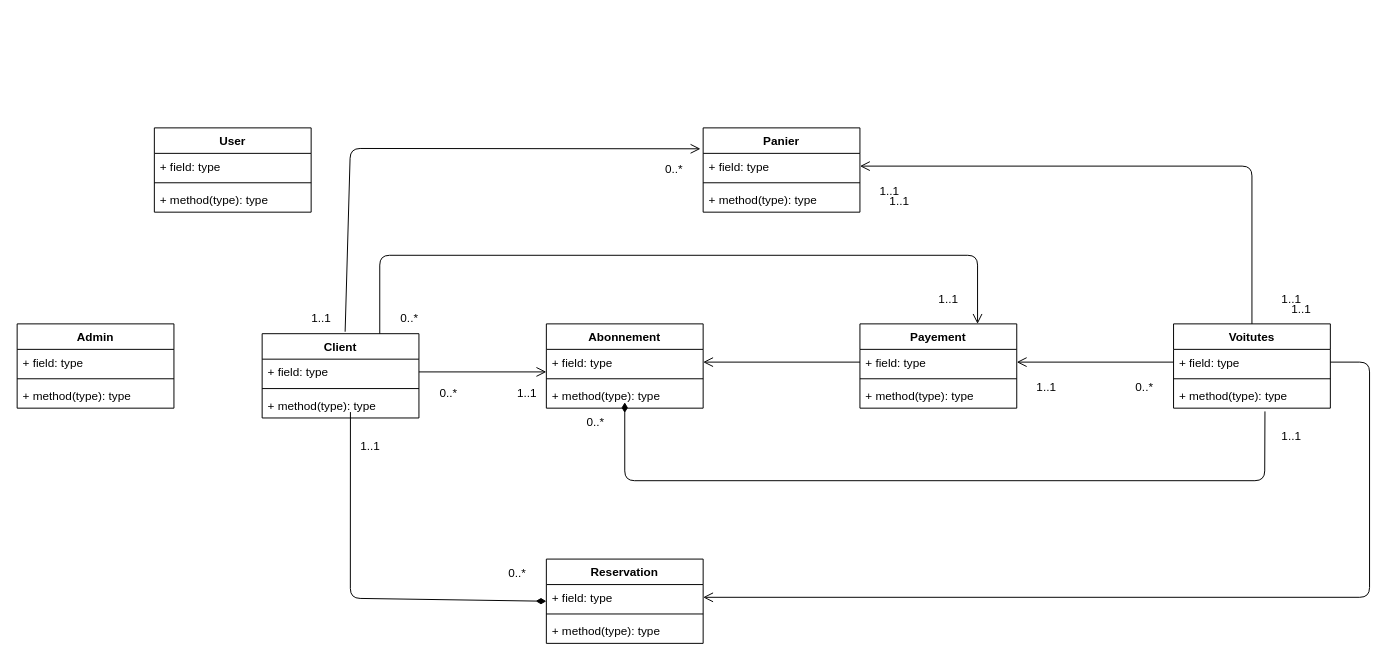
Above: page "Diagramme des classes" (3 of 3) of Autres/Etude et analyse de Projet/diagramme.drawio in devviv/CARLOC (draw.io), before the change. Source tidied: cells renumbered, new cells numbered last; positions are measured from the earlier drawing's top-left corner, leaving out a move shared by most shapes. Both pictures are drawn from the tidied source at 98%, with x=0, y=0 at pixel (17, 127).
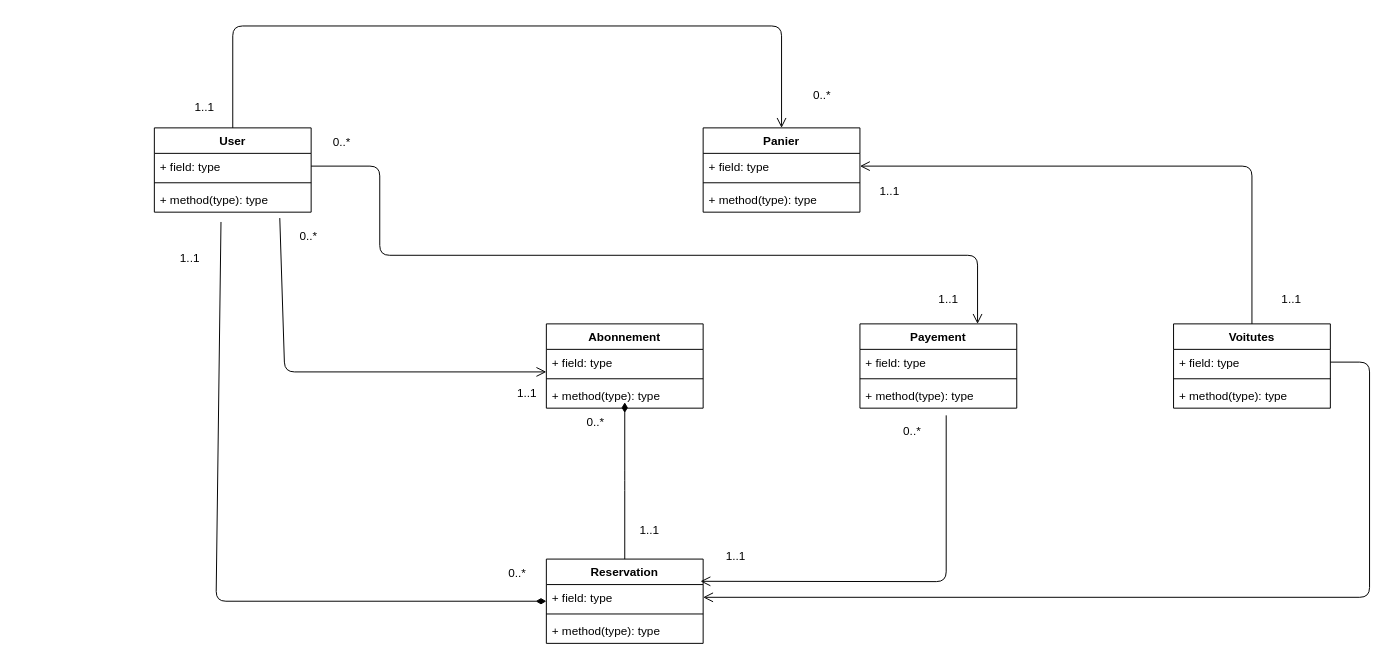
The same diagram, later.

The change refers to these unchanged cells:
```xml
<mxCell id="6" value="Reservation" style="swimlane;fontStyle=1;align=center;verticalAlign=top;horizontal=1;startSize=26;" parent="1" vertex="1">
  <mxGeometry x="540" y="440" width="160" height="86" as="geometry" />
</mxCell>
<mxCell id="7" value="+ field: type" style="text;strokeColor=none;fillColor=none;align=left;verticalAlign=top;spacingLeft=4;spacingRight=4;overflow=hidden;points=[[0,0.5],[1,0.5]];portConstraint=eastwest;" parent="6" vertex="1">
  <mxGeometry y="26" width="160" height="26" as="geometry" />
</mxCell>
<mxCell id="11" value="+ field: type" style="text;strokeColor=none;fillColor=none;align=left;verticalAlign=top;spacingLeft=4;spacingRight=4;overflow=hidden;points=[[0,0.5],[1,0.5]];portConstraint=eastwest;" parent="10" vertex="1">
  <mxGeometry y="26" width="160" height="26" as="geometry" />
</mxCell>
<mxCell id="18" value="Panier" style="swimlane;fontStyle=1;align=center;verticalAlign=top;horizontal=1;startSize=26;" parent="1" vertex="1">
  <mxGeometry x="700" width="160" height="86" as="geometry" />
</mxCell>
<mxCell id="19" value="+ field: type" style="text;strokeColor=none;fillColor=none;align=left;verticalAlign=top;spacingLeft=4;spacingRight=4;overflow=hidden;points=[[0,0.5],[1,0.5]];portConstraint=eastwest;" parent="18" vertex="1">
  <mxGeometry y="26" width="160" height="26" as="geometry" />
</mxCell>
<mxCell id="22" value="Payement" style="swimlane;fontStyle=1;align=center;verticalAlign=top;horizontal=1;startSize=26;" parent="1" vertex="1">
  <mxGeometry x="860" y="200" width="160" height="86" as="geometry" />
</mxCell>
<mxCell id="23" value="+ field: type" style="text;strokeColor=none;fillColor=none;align=left;verticalAlign=top;spacingLeft=4;spacingRight=4;overflow=hidden;points=[[0,0.5],[1,0.5]];portConstraint=eastwest;" parent="22" vertex="1">
  <mxGeometry y="26" width="160" height="26" as="geometry" />
</mxCell>
<mxCell id="25" value="+ method(type): type" style="text;strokeColor=none;fillColor=none;align=left;verticalAlign=top;spacingLeft=4;spacingRight=4;overflow=hidden;points=[[0,0.5],[1,0.5]];portConstraint=eastwest;" parent="22" vertex="1">
  <mxGeometry y="60" width="160" height="26" as="geometry" />
</mxCell>
<mxCell id="27" value="+ field: type" style="text;strokeColor=none;fillColor=none;align=left;verticalAlign=top;spacingLeft=4;spacingRight=4;overflow=hidden;points=[[0,0.5],[1,0.5]];portConstraint=eastwest;" parent="26" vertex="1">
  <mxGeometry y="26" width="160" height="26" as="geometry" />
</mxCell>
<mxCell id="29" value="+ method(type): type" style="text;strokeColor=none;fillColor=none;align=left;verticalAlign=top;spacingLeft=4;spacingRight=4;overflow=hidden;points=[[0,0.5],[1,0.5]];portConstraint=eastwest;" parent="26" vertex="1">
  <mxGeometry y="60" width="160" height="26" as="geometry" />
</mxCell>
<mxCell id="30" value="User" style="swimlane;fontStyle=1;align=center;verticalAlign=top;horizontal=1;startSize=26;" parent="1" vertex="1">
  <mxGeometry x="140" width="160" height="86" as="geometry" />
</mxCell>
<mxCell id="31" value="+ field: type" style="text;strokeColor=none;fillColor=none;align=left;verticalAlign=top;spacingLeft=4;spacingRight=4;overflow=hidden;points=[[0,0.5],[1,0.5]];portConstraint=eastwest;" parent="30" vertex="1">
  <mxGeometry y="26" width="160" height="26" as="geometry" />
</mxCell>
<mxCell id="33" value="+ method(type): type" style="text;strokeColor=none;fillColor=none;align=left;verticalAlign=top;spacingLeft=4;spacingRight=4;overflow=hidden;points=[[0,0.5],[1,0.5]];portConstraint=eastwest;" parent="30" vertex="1">
  <mxGeometry y="60" width="160" height="26" as="geometry" />
</mxCell>
```

The edit, as a diff of the source:
```diff
@@
-    <mxCell id="2" value="Admin" style="swimlane;fontStyle=1;align=center;verticalAlign=top;horizontal=1;startSize=26;" parent="1" vertex="1">
-      <mxGeometry y="200" width="160" height="86" as="geometry" />
-    </mxCell>
-    <mxCell id="3" value="+ field: type" style="text;strokeColor=none;fillColor=none;align=left;verticalAlign=top;spacingLeft=4;spacingRight=4;overflow=hidden;" parent="2" vertex="1">
-      <mxGeometry y="26" width="160" height="26" as="geometry" />
-    </mxCell>
-    <mxCell id="4" style="line;strokeWidth=1;fillColor=none;align=left;verticalAlign=middle;spacingTop=-1;spacingLeft=3;spacingRight=3;labelPosition=right;strokeColor=inherit;" parent="2" vertex="1">
-      <mxGeometry y="52" width="160" height="8" as="geometry" />
-    </mxCell>
-    <mxCell id="5" value="+ method(type): type" style="text;strokeColor=none;fillColor=none;align=left;verticalAlign=top;spacingLeft=4;spacingRight=4;overflow=hidden;" parent="2" vertex="1">
-      <mxGeometry y="60" width="160" height="26" as="geometry" />
-    </mxCell>
@@
-    <mxCell id="14" value="Client" style="swimlane;fontStyle=1;align=center;verticalAlign=top;horizontal=1;startSize=26;" parent="1" vertex="1">
-      <mxGeometry x="250" y="210" width="160" height="86" as="geometry" />
-    </mxCell>
-    <mxCell id="15" value="+ field: type" style="text;strokeColor=none;fillColor=none;align=left;verticalAlign=top;spacingLeft=4;spacingRight=4;overflow=hidden;points=[[0,0.5],[1,0.5]];portConstraint=eastwest;" parent="14" vertex="1">
-      <mxGeometry y="26" width="160" height="26" as="geometry" />
-    </mxCell>
-    <mxCell id="16" style="line;strokeWidth=1;fillColor=none;align=left;verticalAlign=middle;spacingTop=-1;spacingLeft=3;spacingRight=3;labelPosition=right;strokeColor=inherit;" parent="14" vertex="1">
-      <mxGeometry y="52" width="160" height="8" as="geometry" />
-    </mxCell>
-    <mxCell id="17" value="+ method(type): type" style="text;strokeColor=none;fillColor=none;align=left;verticalAlign=top;spacingLeft=4;spacingRight=4;overflow=hidden;points=[[0,0.5],[1,0.5]];portConstraint=eastwest;" parent="14" vertex="1">
-      <mxGeometry y="60" width="160" height="26" as="geometry" />
-    </mxCell>
@@
     <mxCell id="35" value="0..*" style="text;html=1;align=center;verticalAlign=middle;strokeColor=none;fillColor=none;" parent="1" vertex="1">
-      <mxGeometry x="650" y="28" width="40" height="30" as="geometry" />
+      <mxGeometry x="801" y="-48" width="40" height="30" as="geometry" />
     </mxCell>
-    <mxCell id="36" style="endArrow=none;startArrow=diamondThin;endFill=0;startFill=1;html=1;verticalAlign=bottom;labelBackgroundColor=none;strokeWidth=1;startSize=8;endSize=8;exitX=0;exitY=0.5;exitDx=0;exitDy=0;entryX=0.563;entryY=0.769;entryDx=0;entryDy=0;entryPerimeter=0;" parent="1" edge="1" source="6" target="17">
+    <mxCell id="36" style="endArrow=none;startArrow=diamondThin;endFill=0;startFill=1;html=1;verticalAlign=bottom;labelBackgroundColor=none;strokeWidth=1;startSize=8;endSize=8;exitX=0;exitY=0.5;exitDx=0;exitDy=0;entryX=0.425;entryY=1.385;entryDx=0;entryDy=0;entryPerimeter=0;" parent="1" edge="1" source="6" target="33">
       <mxGeometry relative="1" as="geometry">
         <Array as="points">
-          <mxPoint x="340" y="480" />
+          <mxPoint x="203" y="483" />
         </Array>
       </mxGeometry>
     </mxCell>
     <mxCell id="37" value="1..1" style="text;html=1;align=center;verticalAlign=middle;strokeColor=none;fillColor=none;" parent="1" vertex="1">
-      <mxGeometry x="340" y="310" width="40" height="30" as="geometry" />
+      <mxGeometry x="156" y="118" width="40" height="30" as="geometry" />
     </mxCell>
@@
     <mxCell id="40" value="0..*" style="text;html=1;align=center;verticalAlign=middle;strokeColor=none;fillColor=none;" parent="1" vertex="1">
-      <mxGeometry x="420" y="256" width="40" height="30" as="geometry" />
+      <mxGeometry x="277" y="96" width="40" height="30" as="geometry" />
     </mxCell>
-    <mxCell id="41" style="endArrow=none;startArrow=diamondThin;endFill=0;startFill=1;html=1;verticalAlign=bottom;labelBackgroundColor=none;strokeWidth=1;startSize=8;endSize=8;entryX=0.583;entryY=1.128;entryDx=0;entryDy=0;entryPerimeter=0;" parent="1" edge="1" target="29">
+    <mxCell id="41" style="endArrow=none;startArrow=diamondThin;endFill=0;startFill=1;html=1;verticalAlign=bottom;labelBackgroundColor=none;strokeWidth=1;startSize=8;endSize=8;entryX=0.5;entryY=0;entryDx=0;entryDy=0;" parent="1" edge="1" target="6">
       <mxGeometry relative="1" as="geometry">
         <mxPoint x="620" y="280" as="sourcePoint" />
         <Array as="points">
           <mxPoint x="620" y="360" />
-          <mxPoint x="1273" y="360" />
         </Array>
       </mxGeometry>
     </mxCell>
     <mxCell id="42" value="1..1" style="text;html=1;align=center;verticalAlign=middle;strokeColor=none;fillColor=none;" parent="1" vertex="1">
-      <mxGeometry x="1280" y="300" width="40" height="30" as="geometry" />
+      <mxGeometry x="625" y="396" width="40" height="30" as="geometry" />
     </mxCell>
@@
     <mxCell id="44" value="1..1" style="text;html=1;align=center;verticalAlign=middle;strokeColor=none;fillColor=none;" parent="1" vertex="1">
-      <mxGeometry x="1030" y="250" width="40" height="30" as="geometry" />
+      <mxGeometry x="713" y="422" width="40" height="30" as="geometry" />
     </mxCell>
     <mxCell id="45" value="0..*" style="text;html=1;align=center;verticalAlign=middle;strokeColor=none;fillColor=none;" parent="1" vertex="1">
-      <mxGeometry x="1130" y="250" width="40" height="30" as="geometry" />
+      <mxGeometry x="893" y="295" width="40" height="30" as="geometry" />
     </mxCell>
@@
     <mxCell id="48" value="1..1" style="text;html=1;align=center;verticalAlign=middle;points=[];strokeColor=none;fillColor=none;" parent="1" vertex="1">
-      <mxGeometry x="290" y="180" width="40" height="30" as="geometry" />
+      <mxGeometry x="171" y="-36" width="40" height="30" as="geometry" />
     </mxCell>
     <mxCell id="49" value="0..*" style="text;html=1;align=center;verticalAlign=middle;strokeColor=none;fillColor=none;" parent="1" vertex="1">
-      <mxGeometry x="380" y="180" width="40" height="30" as="geometry" />
+      <mxGeometry x="311" width="40" height="30" as="geometry" />
     </mxCell>
-    <mxCell id="50" style="endArrow=open;startArrow=none;endFill=0;startFill=0;endSize=8;html=1;verticalAlign=bottom;labelBackgroundColor=none;strokeWidth=1;exitX=0;exitY=0.5;exitDx=0;exitDy=0;entryX=1;entryY=0.5;entryDx=0;entryDy=0;" parent="1" edge="1" source="23" target="11">
-      <mxGeometry relative="1" as="geometry" />
-    </mxCell>
-    <mxCell id="51" style="endArrow=open;startArrow=none;endFill=0;startFill=0;endSize=8;html=1;verticalAlign=bottom;labelBackgroundColor=none;strokeWidth=1;exitX=0;exitY=0.5;exitDx=0;exitDy=0;entryX=1;entryY=0.5;entryDx=0;entryDy=0;" parent="1" edge="1" source="27" target="23">
-      <mxGeometry relative="1" as="geometry" />
+    <mxCell id="51" style="endArrow=open;startArrow=none;endFill=0;startFill=0;endSize=8;html=1;verticalAlign=bottom;labelBackgroundColor=none;strokeWidth=1;exitX=0.55;exitY=1.282;exitDx=0;exitDy=0;entryX=0.983;entryY=-0.128;entryDx=0;entryDy=0;entryPerimeter=0;exitPerimeter=0;" parent="1" edge="1" source="25" target="7">
+      <mxGeometry relative="1" as="geometry">
+        <Array as="points">
+          <mxPoint x="948" y="463" />
+        </Array>
+      </mxGeometry>
     </mxCell>
-    <mxCell id="52" style="endArrow=open;startArrow=none;endFill=0;startFill=0;endSize=8;html=1;verticalAlign=bottom;labelBackgroundColor=none;strokeWidth=1;exitX=0.75;exitY=0;exitDx=0;exitDy=0;entryX=0.75;entryY=0;entryDx=0;entryDy=0;" parent="1" edge="1" source="14" target="22">
+    <mxCell id="52" style="endArrow=open;startArrow=none;endFill=0;startFill=0;endSize=8;html=1;verticalAlign=bottom;labelBackgroundColor=none;strokeWidth=1;exitX=1;exitY=0.5;exitDx=0;exitDy=0;entryX=0.75;entryY=0;entryDx=0;entryDy=0;" parent="1" edge="1" source="31" target="22">
       <mxGeometry relative="1" as="geometry">
         <Array as="points">
+          <mxPoint x="370" y="39" />
           <mxPoint x="370" y="130" />
           <mxPoint x="980" y="130" />
         </Array>
       </mxGeometry>
     </mxCell>
-    <mxCell id="53" style="endArrow=open;startArrow=none;endFill=0;startFill=0;endSize=8;html=1;verticalAlign=bottom;labelBackgroundColor=none;strokeWidth=1;exitX=1;exitY=0.5;exitDx=0;exitDy=0;entryX=0;entryY=0.885;entryDx=0;entryDy=0;entryPerimeter=0;" parent="1" edge="1" source="15" target="11">
-      <mxGeometry relative="1" as="geometry" />
+    <mxCell id="53" style="endArrow=open;startArrow=none;endFill=0;startFill=0;endSize=8;html=1;verticalAlign=bottom;labelBackgroundColor=none;strokeWidth=1;exitX=0.8;exitY=1.231;exitDx=0;exitDy=0;entryX=0;entryY=0.885;entryDx=0;entryDy=0;entryPerimeter=0;exitPerimeter=0;" parent="1" edge="1" source="33" target="11">
+      <mxGeometry relative="1" as="geometry">
+        <Array as="points">
+          <mxPoint x="273" y="249" />
+        </Array>
+      </mxGeometry>
     </mxCell>
@@
-    <mxCell id="56" value="1..1" style="text;html=1;align=center;verticalAlign=middle;strokeColor=none;fillColor=none;flipV=0;flipH=1;" parent="1" vertex="1">
-      <mxGeometry x="1290" y="170" width="40" height="30" as="geometry" />
-    </mxCell>
-    <mxCell id="57" style="endArrow=open;startArrow=none;endFill=0;startFill=0;endSize=8;html=1;verticalAlign=bottom;labelBackgroundColor=none;strokeWidth=1;exitX=1.117;exitY=0.933;exitDx=0;exitDy=0;entryX=-0.017;entryY=-0.179;entryDx=0;entryDy=0;entryPerimeter=0;exitPerimeter=0;" parent="1" edge="1" source="48" target="19">
+    <mxCell id="57" style="endArrow=open;startArrow=none;endFill=0;startFill=0;endSize=8;html=1;verticalAlign=bottom;labelBackgroundColor=none;strokeWidth=1;exitX=0.5;exitY=0;exitDx=0;exitDy=0;entryX=0.5;entryY=0;entryDx=0;entryDy=0;" parent="1" edge="1" source="30" target="18">
       <mxGeometry relative="1" as="geometry">
         <Array as="points">
-          <mxPoint x="340" y="21" />
+          <mxPoint x="220" y="-104" />
+          <mxPoint x="780" y="-104" />
         </Array>
       </mxGeometry>
     </mxCell>
-    <mxCell id="58" value="1..1" style="text;html=1;align=center;verticalAlign=middle;strokeColor=none;fillColor=none;flipV=0;flipH=1;" parent="1" vertex="1">
-      <mxGeometry x="880" y="60" width="40" height="30" as="geometry" />
-    </mxCell>
```
